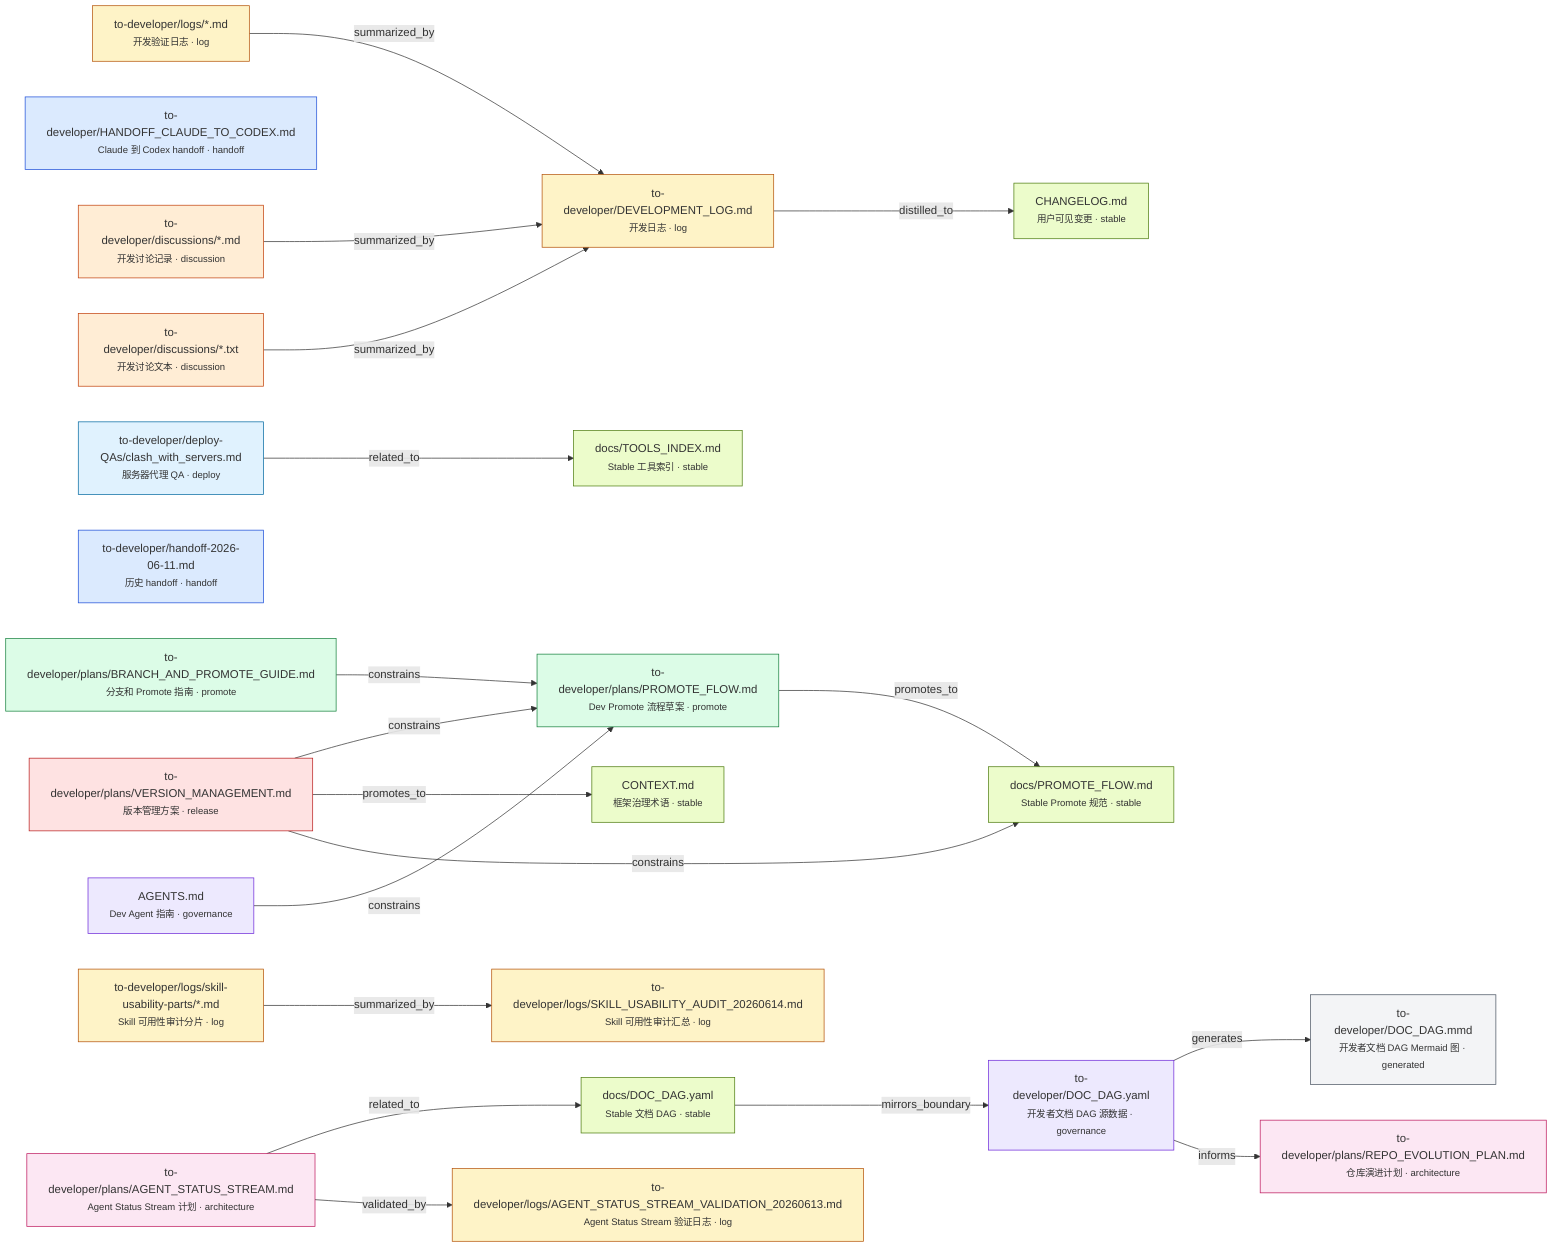
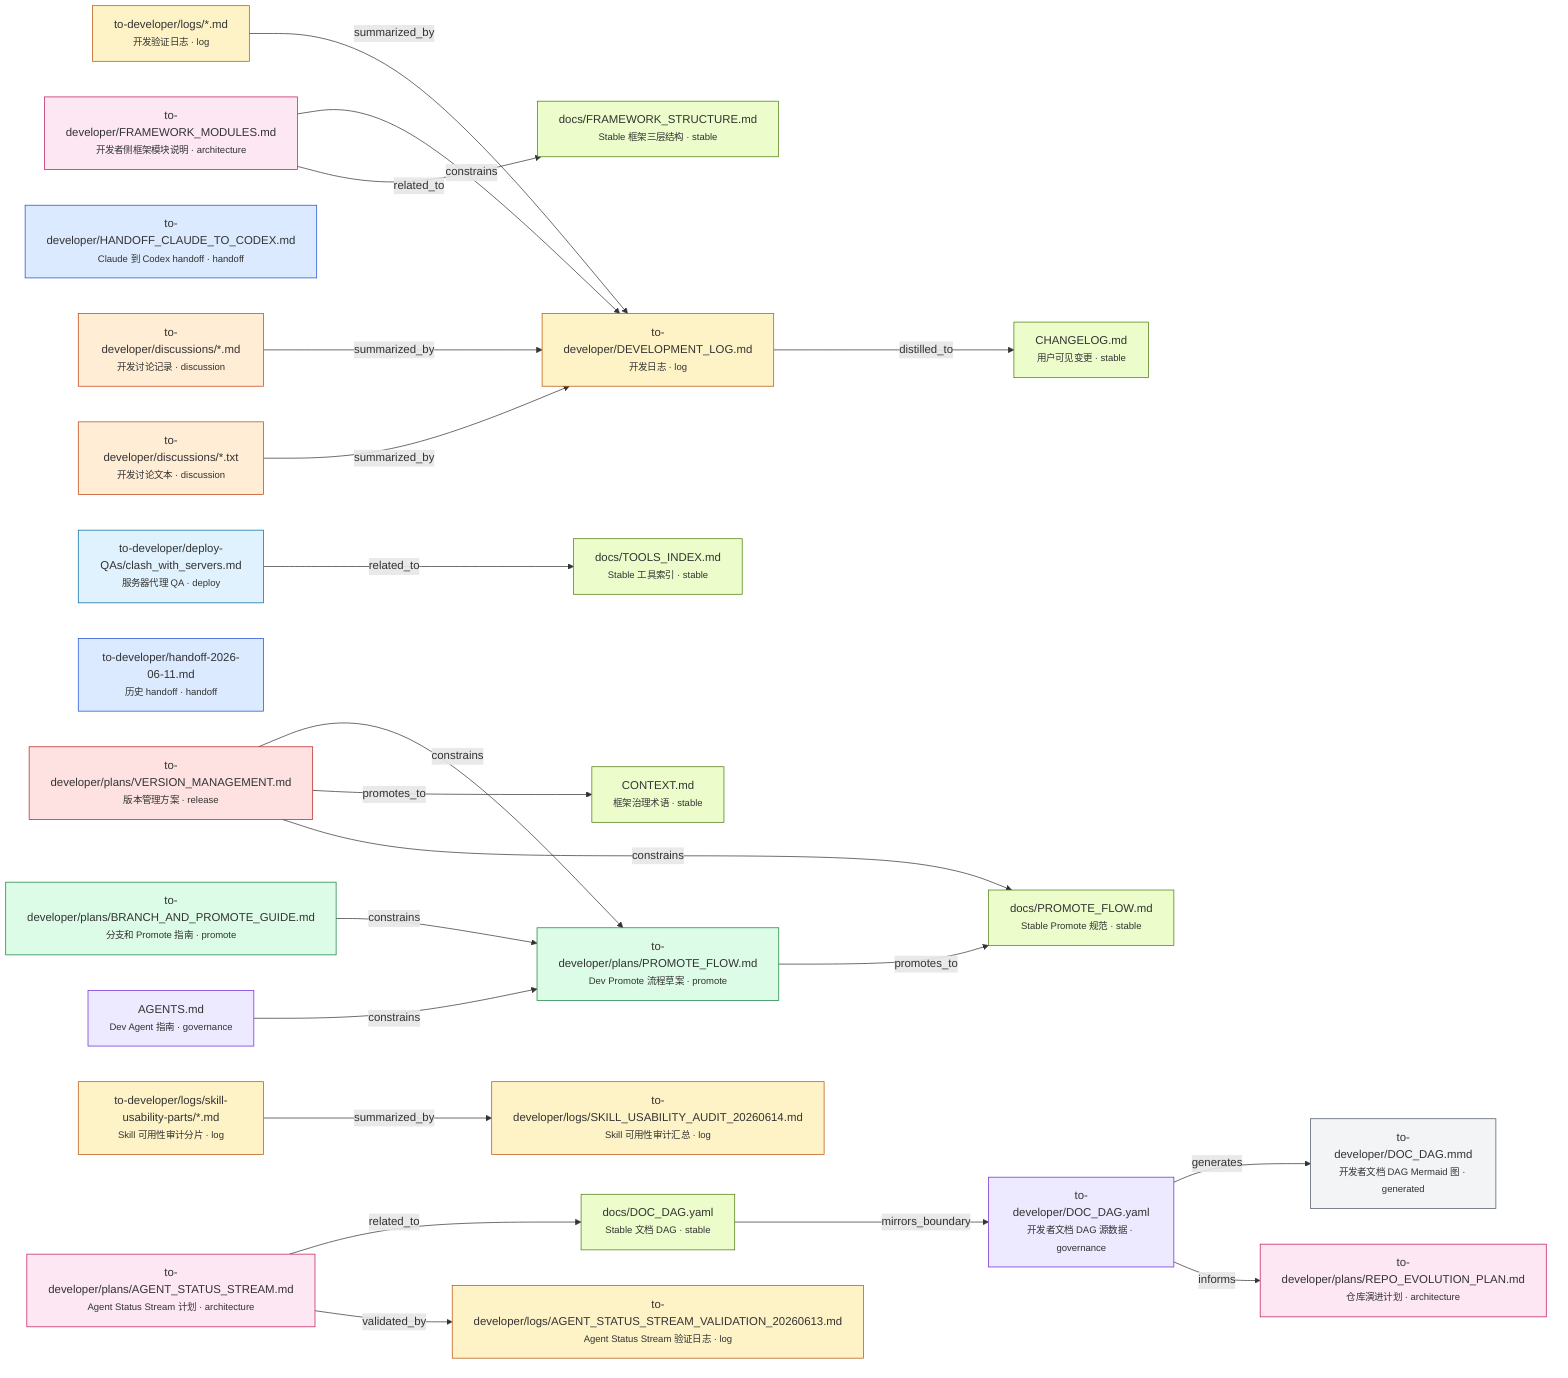
graph LR
    %% Generated from to-developer/DOC_DAG.yaml by tools/update_developer_docs.py
    AGENTS_md["AGENTS.md<br/><small>Dev Agent 指南 · governance</small>"]
    CHANGELOG_md["CHANGELOG.md<br/><small>用户可见变更 · stable</small>"]
    CONTEXT_md["CONTEXT.md<br/><small>框架治理术语 · stable</small>"]
    docs_DOC_DAG_yaml["docs/DOC_DAG.yaml<br/><small>Stable 文档 DAG · stable</small>"]
+     docs_FRAMEWORK_STRUCTURE_md["docs/FRAMEWORK_STRUCTURE.md<br/><small>Stable 框架三层结构 · stable</small>"]
    docs_PROMOTE_FLOW_md["docs/PROMOTE_FLOW.md<br/><small>Stable Promote 规范 · stable</small>"]
    docs_TOOLS_INDEX_md["docs/TOOLS_INDEX.md<br/><small>Stable 工具索引 · stable</small>"]
    to_developer_DEVELOPMENT_LOG_md["to-developer/DEVELOPMENT_LOG.md<br/><small>开发日志 · log</small>"]
    to_developer_DOC_DAG_mmd["to-developer/DOC_DAG.mmd<br/><small>开发者文档 DAG Mermaid 图 · generated</small>"]
    to_developer_DOC_DAG_yaml["to-developer/DOC_DAG.yaml<br/><small>开发者文档 DAG 源数据 · governance</small>"]
+     to_developer_FRAMEWORK_MODULES_md["to-developer/FRAMEWORK_MODULES.md<br/><small>开发者侧框架模块说明 · architecture</small>"]
    to_developer_HANDOFF_CLAUDE_TO_CODEX_md["to-developer/HANDOFF_CLAUDE_TO_CODEX.md<br/><small>Claude 到 Codex handoff · handoff</small>"]
    to_developer_deploy_QAs_clash_with_servers_md["to-developer/deploy-QAs/clash_with_servers.md<br/><small>服务器代理 QA · deploy</small>"]
    to_developer_discussions___md["to-developer/discussions/*.md<br/><small>开发讨论记录 · discussion</small>"]
    to_developer_discussions___txt["to-developer/discussions/*.txt<br/><small>开发讨论文本 · discussion</small>"]
    to_developer_handoff_2026_06_11_md["to-developer/handoff-2026-06-11.md<br/><small>历史 handoff · handoff</small>"]
    to_developer_logs___md["to-developer/logs/*.md<br/><small>开发验证日志 · log</small>"]
    to_developer_logs_AGENT_STATUS_STREAM_VALIDATION_20260613_md["to-developer/logs/AGENT_STATUS_STREAM_VALIDATION_20260613.md<br/><small>Agent Status Stream 验证日志 · log</small>"]
    to_developer_logs_SKILL_USABILITY_AUDIT_20260614_md["to-developer/logs/SKILL_USABILITY_AUDIT_20260614.md<br/><small>Skill 可用性审计汇总 · log</small>"]
    to_developer_logs_skill_usability_parts___md["to-developer/logs/skill-usability-parts/*.md<br/><small>Skill 可用性审计分片 · log</small>"]
    to_developer_plans_AGENT_STATUS_STREAM_md["to-developer/plans/AGENT_STATUS_STREAM.md<br/><small>Agent Status Stream 计划 · architecture</small>"]
    to_developer_plans_BRANCH_AND_PROMOTE_GUIDE_md["to-developer/plans/BRANCH_AND_PROMOTE_GUIDE.md<br/><small>分支和 Promote 指南 · promote</small>"]
    to_developer_plans_PROMOTE_FLOW_md["to-developer/plans/PROMOTE_FLOW.md<br/><small>Dev Promote 流程草案 · promote</small>"]
    to_developer_plans_REPO_EVOLUTION_PLAN_md["to-developer/plans/REPO_EVOLUTION_PLAN.md<br/><small>仓库演进计划 · architecture</small>"]
    to_developer_plans_VERSION_MANAGEMENT_md["to-developer/plans/VERSION_MANAGEMENT.md<br/><small>版本管理方案 · release</small>"]

    to_developer_DOC_DAG_yaml -- "generates" --> to_developer_DOC_DAG_mmd
    to_developer_DOC_DAG_yaml -- "informs" --> to_developer_plans_REPO_EVOLUTION_PLAN_md
+     to_developer_FRAMEWORK_MODULES_md -- "constrains" --> to_developer_DEVELOPMENT_LOG_md
+     to_developer_FRAMEWORK_MODULES_md -- "related_to" --> docs_FRAMEWORK_STRUCTURE_md
    to_developer_plans_BRANCH_AND_PROMOTE_GUIDE_md -- "constrains" --> to_developer_plans_PROMOTE_FLOW_md
    to_developer_plans_VERSION_MANAGEMENT_md -- "constrains" --> to_developer_plans_PROMOTE_FLOW_md
    to_developer_plans_PROMOTE_FLOW_md -- "promotes_to" --> docs_PROMOTE_FLOW_md
    to_developer_plans_VERSION_MANAGEMENT_md -- "promotes_to" --> CONTEXT_md
    to_developer_plans_VERSION_MANAGEMENT_md -- "constrains" --> docs_PROMOTE_FLOW_md
    to_developer_plans_AGENT_STATUS_STREAM_md -- "related_to" --> docs_DOC_DAG_yaml
    to_developer_plans_AGENT_STATUS_STREAM_md -- "validated_by" --> to_developer_logs_AGENT_STATUS_STREAM_VALIDATION_20260613_md
    to_developer_logs___md -- "summarized_by" --> to_developer_DEVELOPMENT_LOG_md
    to_developer_logs_skill_usability_parts___md -- "summarized_by" --> to_developer_logs_SKILL_USABILITY_AUDIT_20260614_md
    to_developer_DEVELOPMENT_LOG_md -- "distilled_to" --> CHANGELOG_md
    to_developer_discussions___md -- "summarized_by" --> to_developer_DEVELOPMENT_LOG_md
    to_developer_discussions___txt -- "summarized_by" --> to_developer_DEVELOPMENT_LOG_md
    to_developer_deploy_QAs_clash_with_servers_md -- "related_to" --> docs_TOOLS_INDEX_md
    AGENTS_md -- "constrains" --> to_developer_plans_PROMOTE_FLOW_md
    docs_DOC_DAG_yaml -- "mirrors_boundary" --> to_developer_DOC_DAG_yaml

    classDef governance fill:#ede9fe,stroke:#6d28d9
    classDef generated fill:#f3f4f6,stroke:#4b5563
    classDef log fill:#fef3c7,stroke:#b45309
    classDef handoff fill:#dbeafe,stroke:#1d4ed8
    classDef promote fill:#dcfce7,stroke:#15803d
    classDef release fill:#fee2e2,stroke:#b91c1c
    classDef architecture fill:#fce7f3,stroke:#be185d
    classDef deploy fill:#e0f2fe,stroke:#0369a1
    classDef discussion fill:#ffedd5,stroke:#c2410c
    classDef stable fill:#ecfccb,stroke:#4d7c0f
-     class to_developer_plans_AGENT_STATUS_STREAM_md,to_developer_plans_REPO_EVOLUTION_PLAN_md architecture
+     class to_developer_FRAMEWORK_MODULES_md,to_developer_plans_AGENT_STATUS_STREAM_md,to_developer_plans_REPO_EVOLUTION_PLAN_md architecture
    class to_developer_deploy_QAs_clash_with_servers_md deploy
    class to_developer_discussions___md,to_developer_discussions___txt discussion
    class to_developer_DOC_DAG_mmd generated
    class AGENTS_md,to_developer_DOC_DAG_yaml governance
    class to_developer_HANDOFF_CLAUDE_TO_CODEX_md,to_developer_handoff_2026_06_11_md handoff
    class to_developer_DEVELOPMENT_LOG_md,to_developer_logs_AGENT_STATUS_STREAM_VALIDATION_20260613_md,to_developer_logs_SKILL_USABILITY_AUDIT_20260614_md,to_developer_logs___md,to_developer_logs_skill_usability_parts___md log
    class to_developer_plans_BRANCH_AND_PROMOTE_GUIDE_md,to_developer_plans_PROMOTE_FLOW_md promote
    class to_developer_plans_VERSION_MANAGEMENT_md release
-     class CHANGELOG_md,CONTEXT_md,docs_DOC_DAG_yaml,docs_PROMOTE_FLOW_md,docs_TOOLS_INDEX_md stable
+     class CHANGELOG_md,CONTEXT_md,docs_DOC_DAG_yaml,docs_FRAMEWORK_STRUCTURE_md,docs_PROMOTE_FLOW_md,docs_TOOLS_INDEX_md stable
